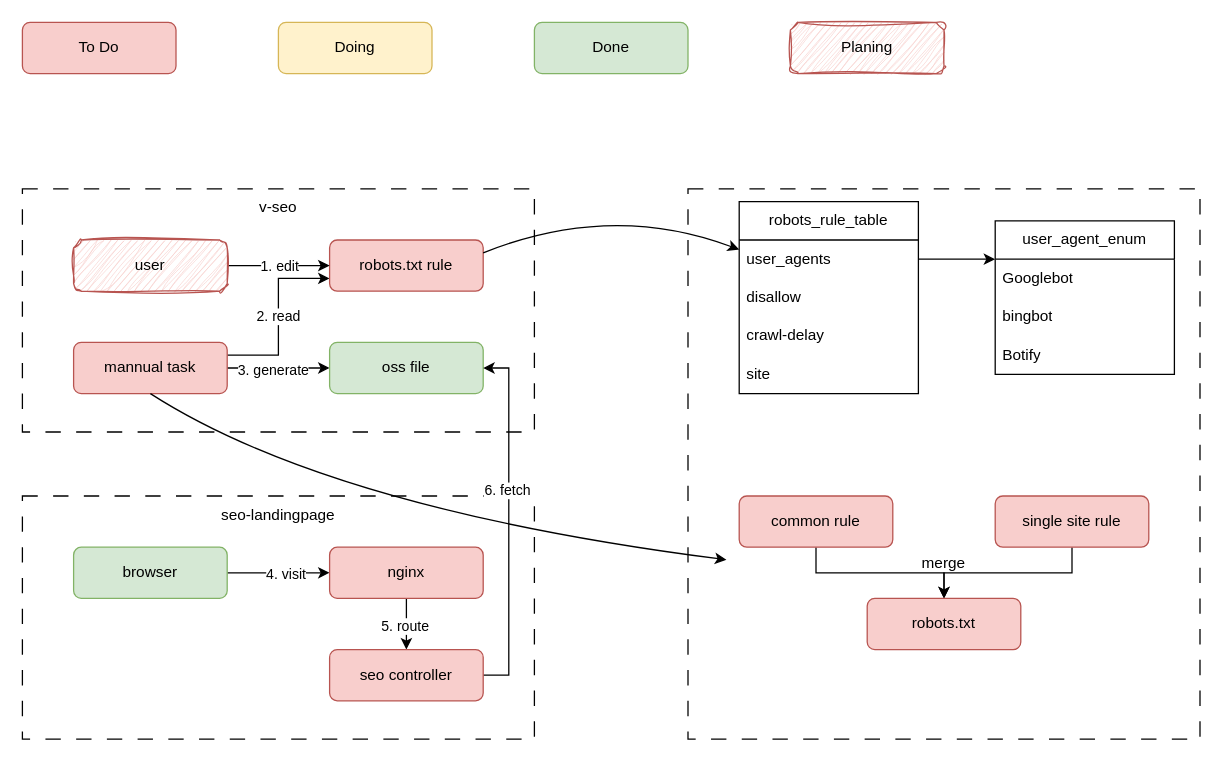
The draw.io diagram drawio/robotstxt.drawio in VisableHarry/seo-drawio, before the edit. Source tidied: cells renumbered, new cells numbered last; positions are measured from the earlier drawing's top-left corner, leaving out a move shared by most shapes. Both pictures are drawn from the tidied source at 128%, with x=0, y=0 at pixel (22, 22).
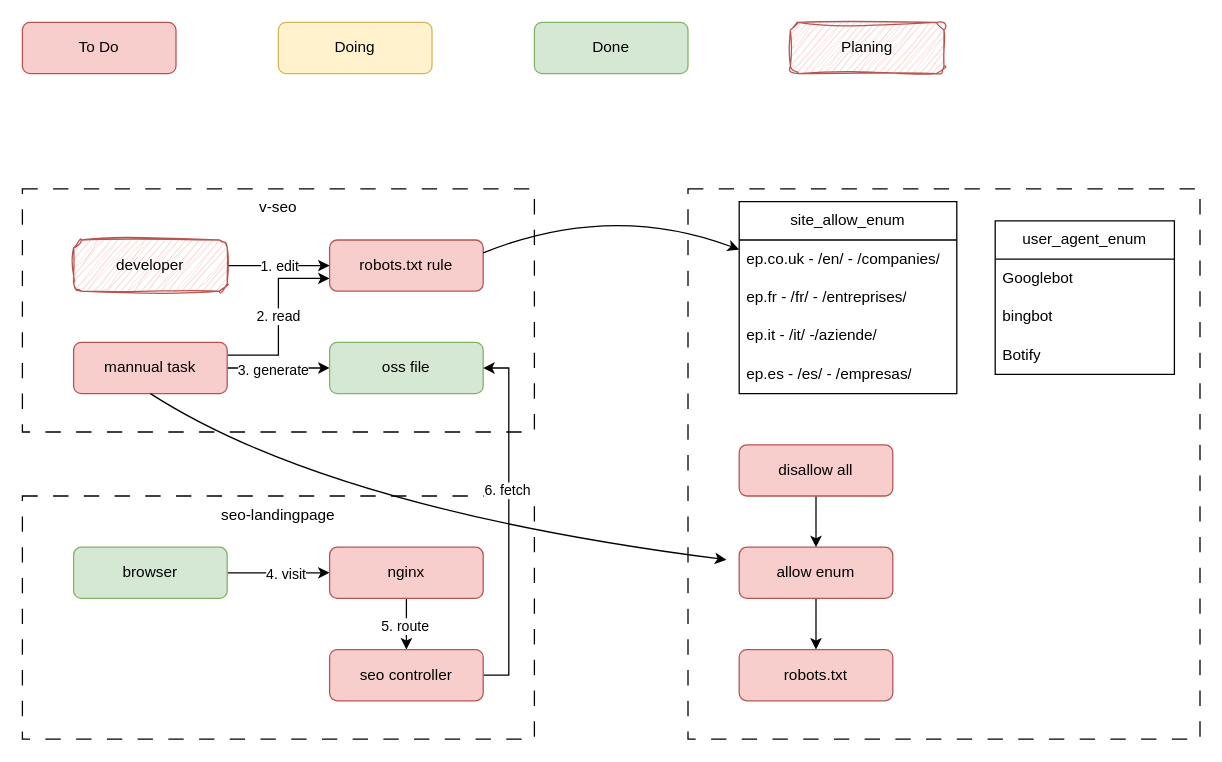
Above is the later version.

Unchanged cells that the change refers to:
```xml
<mxCell id="42" value="user_agent_enum" style="swimlane;fontStyle=0;horizontal=1;startSize=30;whiteSpace=wrap;html=1;" parent="1" vertex="1">
  <mxGeometry x="760" y="155" width="140" height="120" as="geometry" />
</mxCell>
```

Diff of the diagram source:
```diff
@@
-    <mxCell id="14" value="user" style="rounded=1;whiteSpace=wrap;html=1;fillColor=#f8cecc;strokeColor=#b85450;sketch=1;curveFitting=1;jiggle=2;" parent="1" vertex="1">
+    <mxCell id="14" value="developer" style="rounded=1;whiteSpace=wrap;html=1;fillColor=#f8cecc;strokeColor=#b85450;sketch=1;curveFitting=1;jiggle=2;" parent="1" vertex="1">
       <mxGeometry x="40" y="170" width="120" height="40" as="geometry" />
     </mxCell>
@@
-    <mxCell id="31" value="robots_rule_table" style="swimlane;fontStyle=0;horizontal=1;startSize=30;whiteSpace=wrap;html=1;" parent="1" vertex="1">
-      <mxGeometry x="560" y="140" width="140" height="150" as="geometry" />
+    <mxCell id="31" value="site_allow_enum" style="swimlane;fontStyle=0;horizontal=1;startSize=30;whiteSpace=wrap;html=1;" parent="1" vertex="1">
+      <mxGeometry x="560" y="140" width="170" height="150" as="geometry" />
     </mxCell>
-    <mxCell id="32" value="user_agents" style="text;strokeColor=none;fillColor=none;align=left;verticalAlign=middle;spacingLeft=4;spacingRight=4;overflow=hidden;points=[[0,0.5],[1,0.5]];portConstraint=eastwest;whiteSpace=wrap;html=1;" parent="31" vertex="1">
-      <mxGeometry y="30" width="140" height="30" as="geometry" />
+    <mxCell id="32" value="ep.co.uk - /en/ - /companies/" style="text;strokeColor=none;fillColor=none;align=left;verticalAlign=middle;spacingLeft=4;spacingRight=4;overflow=hidden;points=[[0,0.5],[1,0.5]];portConstraint=eastwest;whiteSpace=wrap;html=1;" parent="31" vertex="1">
+      <mxGeometry y="30" width="170" height="30" as="geometry" />
     </mxCell>
-    <mxCell id="33" value="disallow" style="text;strokeColor=none;fillColor=none;align=left;verticalAlign=middle;spacingLeft=4;spacingRight=4;overflow=hidden;whiteSpace=wrap;html=1;" parent="31" vertex="1">
-      <mxGeometry y="60" width="140" height="30" as="geometry" />
+    <mxCell id="33" value="ep.fr - /fr/ - /entreprises/" style="text;strokeColor=none;fillColor=none;align=left;verticalAlign=middle;spacingLeft=4;spacingRight=4;overflow=hidden;whiteSpace=wrap;html=1;" parent="31" vertex="1">
+      <mxGeometry y="60" width="170" height="30" as="geometry" />
     </mxCell>
-    <mxCell id="34" value="crawl-delay" style="text;strokeColor=none;fillColor=none;align=left;verticalAlign=middle;spacingLeft=4;spacingRight=4;overflow=hidden;whiteSpace=wrap;html=1;" parent="31" vertex="1">
-      <mxGeometry y="90" width="140" height="30" as="geometry" />
+    <mxCell id="34" value="ep.it - /it/ -/aziende/" style="text;strokeColor=none;fillColor=none;align=left;verticalAlign=middle;spacingLeft=4;spacingRight=4;overflow=hidden;whiteSpace=wrap;html=1;" parent="31" vertex="1">
+      <mxGeometry y="90" width="170" height="30" as="geometry" />
     </mxCell>
-    <mxCell id="35" value="site" style="text;strokeColor=none;fillColor=none;align=left;verticalAlign=middle;spacingLeft=4;spacingRight=4;overflow=hidden;whiteSpace=wrap;html=1;" parent="31" vertex="1">
-      <mxGeometry y="120" width="140" height="30" as="geometry" />
+    <mxCell id="35" value="ep.es - /es/ - /empresas/" style="text;strokeColor=none;fillColor=none;align=left;verticalAlign=middle;spacingLeft=4;spacingRight=4;overflow=hidden;whiteSpace=wrap;html=1;" parent="31" vertex="1">
+      <mxGeometry y="120" width="170" height="30" as="geometry" />
     </mxCell>
-    <mxCell id="36" style="edgeStyle=orthogonalEdgeStyle;rounded=0;jettySize=auto;html=1;exitX=0.5;exitY=1;exitDx=0;exitDy=0;entryX=0.5;entryY=0;entryDx=0;entryDy=0;" parent="1" edge="1" source="37" target="41">
-      <mxGeometry relative="1" as="geometry" />
-    </mxCell>
-    <mxCell id="37" value="common rule" style="rounded=1;whiteSpace=wrap;html=1;fillColor=#f8cecc;strokeColor=#b85450;" parent="1" vertex="1">
-      <mxGeometry x="560" y="370" width="120" height="40" as="geometry" />
-    </mxCell>
-    <mxCell id="38" style="edgeStyle=orthogonalEdgeStyle;rounded=0;jettySize=auto;html=1;exitX=0.5;exitY=1;exitDx=0;exitDy=0;entryX=0.5;entryY=0;entryDx=0;entryDy=0;" parent="1" edge="1" source="39" target="41">
-      <mxGeometry relative="1" as="geometry" />
-    </mxCell>
+    <mxCell id="48" style="edgeStyle=orthogonalEdgeStyle;rounded=0;jettySize=auto;html=1;exitX=0.5;exitY=1;exitDx=0;exitDy=0;entryX=0.5;entryY=0;entryDx=0;entryDy=0;" parent="1" edge="1" source="39" target="50">
+      <mxGeometry relative="1" as="geometry" />
+    </mxCell>
-    <mxCell id="39" value="single site rule" style="rounded=1;whiteSpace=wrap;html=1;fillColor=#f8cecc;strokeColor=#b85450;" parent="1" vertex="1">
-      <mxGeometry x="760" y="370" width="120" height="40" as="geometry" />
+    <mxCell id="39" value="disallow all" style="rounded=1;whiteSpace=wrap;html=1;fillColor=#f8cecc;strokeColor=#b85450;" parent="1" vertex="1">
+      <mxGeometry x="560" y="330" width="120" height="40" as="geometry" />
     </mxCell>
@@
     <mxCell id="41" value="robots.txt" style="rounded=1;whiteSpace=wrap;html=1;fillColor=#f8cecc;strokeColor=#b85450;" parent="1" vertex="1">
-      <mxGeometry x="660" y="450" width="120" height="40" as="geometry" />
+      <mxGeometry x="560" y="490" width="120" height="40" as="geometry" />
     </mxCell>
@@
-    <mxCell id="46" value="merge" style="text;html=1;align=center;verticalAlign=middle;whiteSpace=wrap;rounded=0;" parent="1" vertex="1">
-      <mxGeometry x="690" y="408" width="60" height="30" as="geometry" />
-    </mxCell>
-    <mxCell id="47" style="edgeStyle=orthogonalEdgeStyle;rounded=0;jettySize=auto;html=1;exitX=1;exitY=0.5;exitDx=0;exitDy=0;entryX=0;entryY=0.25;entryDx=0;entryDy=0;" parent="1" edge="1" source="32" target="42">
-      <mxGeometry relative="1" as="geometry" />
-    </mxCell>
+    <mxCell id="49" style="edgeStyle=orthogonalEdgeStyle;rounded=0;jettySize=auto;html=1;exitX=0.5;exitY=1;exitDx=0;exitDy=0;entryX=0.5;entryY=0;entryDx=0;entryDy=0;" parent="1" edge="1" source="50" target="41">
+      <mxGeometry relative="1" as="geometry" />
+    </mxCell>
+    <mxCell id="50" value="allow enum" style="rounded=1;whiteSpace=wrap;html=1;fillColor=#f8cecc;strokeColor=#b85450;" parent="1" vertex="1">
+      <mxGeometry x="560" y="410" width="120" height="40" as="geometry" />
+    </mxCell>
```
